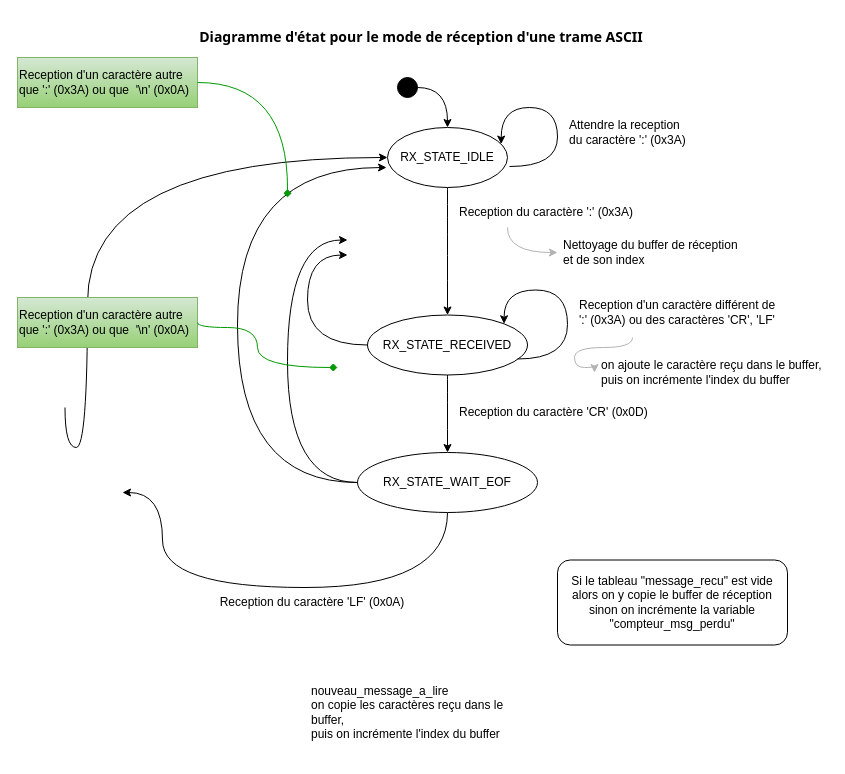
Earlier version of the draw.io diagram graphe_etats.drawio (Artilect-FabTronic/Arduino-Machine-A-Etats). Source tidied: cells renumbered, new cells numbered last; positions are measured from the earlier drawing's top-left corner, leaving out a move shared by most shapes. Both pictures are drawn from the tidied source at 100%, with x=0, y=0 at pixel (17, 17).
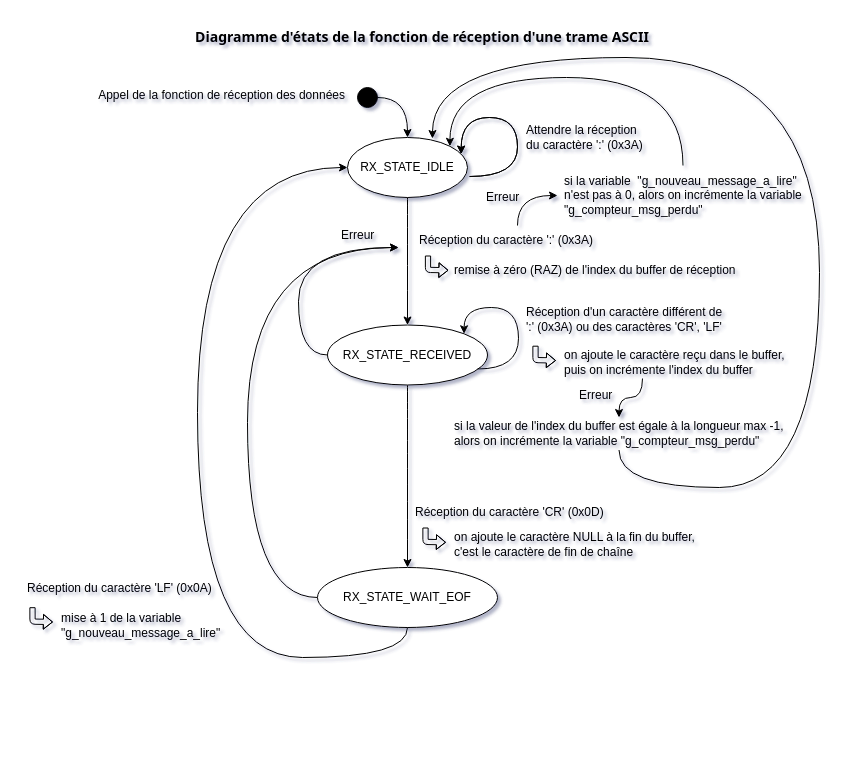
The same page after the edit.

Commit message (it also covers changes not shown here):
Mise a jour avec une version epure de la machine a etats

Change to the diagram source:
```diff
@@
-<mxGraphModel>
+<mxGraphModel shadow="1">
@@
     <mxCell id="3" style="ellipse;whiteSpace=wrap;html=1;fillColor=#000000;" parent="1" vertex="1">
-      <mxGeometry x="380" y="60" width="20" height="20" as="geometry" />
+      <mxGeometry x="340" y="70" width="20" height="20" as="geometry" />
     </mxCell>
@@
     <mxCell id="5" value="RX_STATE_IDLE" style="ellipse;whiteSpace=wrap;html=1;rounded=1;" parent="1" vertex="1">
-      <mxGeometry x="370" y="110" width="120" height="60" as="geometry" />
+      <mxGeometry x="330" y="120" width="120" height="60" as="geometry" />
     </mxCell>
-    <mxCell id="6" style="edgeStyle=orthogonalEdgeStyle;curved=1;rounded=0;jettySize=auto;html=1;exitX=0.25;exitY=0;exitDx=0;exitDy=0;entryX=0;entryY=0.5;entryDx=0;entryDy=0;startArrow=none;startFill=0;" parent="1" edge="1" target="5">
-      <mxGeometry relative="1" as="geometry">
-        <mxPoint x="47.5" y="390" as="sourcePoint" />
-        <Array as="points">
-          <mxPoint x="70" y="430" />
-          <mxPoint x="70" y="140" />
-        </Array>
-      </mxGeometry>
-    </mxCell>
-    <mxCell id="7" style="edgeStyle=orthogonalEdgeStyle;curved=1;rounded=0;jettySize=auto;html=1;startArrow=none;startFill=0;exitX=0.5;exitY=1;exitDx=0;exitDy=0;entryX=0.5;entryY=1;entryDx=0;entryDy=0;" parent="1" edge="1" source="9">
-      <mxGeometry relative="1" as="geometry">
-        <mxPoint x="105" y="475" as="targetPoint" />
-        <Array as="points">
-          <mxPoint x="430" y="570" />
-          <mxPoint x="145" y="570" />
-        </Array>
-      </mxGeometry>
-    </mxCell>
-    <mxCell id="8" style="edgeStyle=orthogonalEdgeStyle;curved=1;rounded=0;jettySize=auto;html=1;exitX=0;exitY=0.5;exitDx=0;exitDy=0;entryX=0;entryY=0.5;entryDx=0;entryDy=0;startArrow=none;startFill=0;" parent="1" edge="1" source="9">
+    <mxCell id="8" style="edgeStyle=orthogonalEdgeStyle;curved=1;rounded=0;jettySize=auto;html=1;exitX=0;exitY=0.5;exitDx=0;exitDy=0;startArrow=none;startFill=0;" parent="1" edge="1" source="9">
       <mxGeometry relative="1" as="geometry">
-        <mxPoint x="330" y="222.5" as="targetPoint" />
+        <mxPoint x="381" y="230" as="targetPoint" />
         <Array as="points">
-          <mxPoint x="270" y="465" />
-          <mxPoint x="270" y="223" />
+          <mxPoint x="230" y="580" />
+          <mxPoint x="230" y="230" />
         </Array>
       </mxGeometry>
     </mxCell>
     <mxCell id="9" value="&lt;span&gt;RX_STATE_WAIT_EOF&lt;br&gt;&lt;/span&gt;" style="ellipse;whiteSpace=wrap;html=1;rounded=1;" parent="1" vertex="1">
-      <mxGeometry x="340" y="435" width="180" height="60" as="geometry" />
+      <mxGeometry x="300" y="550" width="180" height="60" as="geometry" />
     </mxCell>
     <mxCell id="10" style="edgeStyle=orthogonalEdgeStyle;rounded=0;orthogonalLoop=1;jettySize=auto;html=1;exitX=1.017;exitY=0.65;exitDx=0;exitDy=0;entryX=1;entryY=0.25;entryDx=0;entryDy=0;curved=1;exitPerimeter=0;" parent="1" edge="1" source="5" target="5">
       <mxGeometry relative="1" as="geometry">
         <Array as="points">
-          <mxPoint x="540" y="149" />
-          <mxPoint x="540" y="90" />
-          <mxPoint x="484" y="90" />
+          <mxPoint x="500" y="159" />
+          <mxPoint x="500" y="100" />
+          <mxPoint x="444" y="100" />
         </Array>
       </mxGeometry>
     </mxCell>
-    <mxCell id="11" value="Attendre la reception&lt;br&gt;du caractère&amp;nbsp;':' (0x3A)" style="text;html=1;strokeColor=none;fillColor=none;align=left;verticalAlign=middle;whiteSpace=wrap;rounded=0;" parent="1" vertex="1">
-      <mxGeometry x="550" y="90" width="130" height="50" as="geometry" />
+    <mxCell id="11" value="Attendre la réception&lt;br&gt;du caractère&amp;nbsp;':' (0x3A)" style="text;html=1;strokeColor=none;fillColor=none;align=left;verticalAlign=middle;whiteSpace=wrap;rounded=0;" parent="1" vertex="1">
+      <mxGeometry x="507" y="100" width="130" height="40" as="geometry" />
     </mxCell>
-    <mxCell id="12" style="edgeStyle=orthogonalEdgeStyle;curved=1;rounded=0;jettySize=auto;html=1;exitX=0.25;exitY=1;exitDx=0;exitDy=0;entryX=0;entryY=0.5;entryDx=0;entryDy=0;endArrow=classic;endFill=1;fontFamily=Times New Roman;fontColor=#000000;strokeColor=#B3B3B3;" parent="1" edge="1" source="13" target="28">
-      <mxGeometry relative="1" as="geometry" />
-    </mxCell>
-    <mxCell id="13" value="Reception du caractère ':' (0x3A)" style="text;html=1;strokeColor=none;fillColor=none;align=left;verticalAlign=middle;whiteSpace=wrap;rounded=0;" parent="1" vertex="1">
-      <mxGeometry x="440" y="180" width="200" height="30" as="geometry" />
+    <mxCell id="13" value="Réception du caractère ':' (0x3A)" style="text;html=1;strokeColor=none;fillColor=none;align=left;verticalAlign=middle;whiteSpace=wrap;rounded=0;" parent="1" vertex="1">
+      <mxGeometry x="400" y="208" width="200" height="30" as="geometry" />
     </mxCell>
@@
-    <mxCell id="15" style="edgeStyle=orthogonalEdgeStyle;curved=1;rounded=0;jettySize=auto;html=1;exitX=0;exitY=0.5;exitDx=0;exitDy=0;entryX=0;entryY=0.75;entryDx=0;entryDy=0;startArrow=none;startFill=0;" parent="1" edge="1" source="16">
+    <mxCell id="15" style="edgeStyle=orthogonalEdgeStyle;curved=1;rounded=0;jettySize=auto;html=1;exitX=0;exitY=0.5;exitDx=0;exitDy=0;startArrow=none;startFill=0;" parent="1" edge="1" source="16">
       <mxGeometry relative="1" as="geometry">
-        <mxPoint x="330" y="237.5" as="targetPoint" />
+        <mxPoint x="381" y="230" as="targetPoint" />
         <Array as="points">
-          <mxPoint x="290" y="327.5" />
-          <mxPoint x="290" y="237.5" />
+          <mxPoint x="281" y="338" />
+          <mxPoint x="281" y="230" />
+          <mxPoint x="381" y="230" />
         </Array>
       </mxGeometry>
     </mxCell>
     <mxCell id="16" value="&lt;span&gt;RX_STATE_RECEIVED&lt;/span&gt;" style="ellipse;whiteSpace=wrap;html=1;rounded=1;" parent="1" vertex="1">
-      <mxGeometry x="350" y="297.5" width="160" height="60" as="geometry" />
+      <mxGeometry x="310" y="307.5" width="160" height="60" as="geometry" />
     </mxCell>
-    <mxCell id="17" value="Reception d'un caractère différent&amp;nbsp;de&lt;br&gt;':' (0x3A) ou des caractères 'CR', 'LF'" style="text;html=1;strokeColor=none;fillColor=none;align=left;verticalAlign=middle;whiteSpace=wrap;rounded=0;" parent="1" vertex="1">
-      <mxGeometry x="560" y="270" width="220" height="50" as="geometry" />
+    <mxCell id="17" value="Réception d'un caractère différent&amp;nbsp;de&lt;br&gt;':' (0x3A) ou des caractères 'CR', 'LF'" style="text;html=1;strokeColor=none;fillColor=none;align=left;verticalAlign=middle;whiteSpace=wrap;rounded=0;" parent="1" vertex="1">
+      <mxGeometry x="507" y="277" width="220" height="50" as="geometry" />
     </mxCell>
@@
-    <mxCell id="19" value="Reception du caractère 'LF' (0x0A)" style="text;html=1;strokeColor=none;fillColor=none;align=center;verticalAlign=middle;whiteSpace=wrap;rounded=0;" parent="1" vertex="1">
-      <mxGeometry x="180" y="570" width="230" height="30" as="geometry" />
+    <mxCell id="19" value="Réception du caractère 'LF' (0x0A)" style="text;html=1;strokeColor=none;fillColor=none;align=left;verticalAlign=middle;whiteSpace=wrap;rounded=0;" parent="1" vertex="1">
+      <mxGeometry x="8" y="560" width="210" height="22" as="geometry" />
     </mxCell>
-    <mxCell id="20" value="Reception du caractère 'CR' (0x0D)" style="text;html=1;strokeColor=none;fillColor=none;align=left;verticalAlign=middle;whiteSpace=wrap;rounded=0;" parent="1" vertex="1">
-      <mxGeometry x="440" y="380" width="250" height="30" as="geometry" />
+    <mxCell id="20" value="Réception du caractère 'CR' (0x0D)" style="text;html=1;strokeColor=none;fillColor=none;align=left;verticalAlign=middle;whiteSpace=wrap;rounded=0;" parent="1" vertex="1">
+      <mxGeometry x="396" y="480" width="250" height="30" as="geometry" />
     </mxCell>
     <mxCell id="21" style="edgeStyle=orthogonalEdgeStyle;curved=1;rounded=0;orthogonalLoop=1;jettySize=auto;html=1;exitX=0.938;exitY=0.733;exitDx=0;exitDy=0;startArrow=none;startFill=0;entryX=1;entryY=0;entryDx=0;entryDy=0;exitPerimeter=0;" parent="1" edge="1" source="16" target="16">
       <mxGeometry relative="1" as="geometry">
         <Array as="points">
-          <mxPoint x="550" y="341.5" />
-          <mxPoint x="550" y="272.5" />
-          <mxPoint x="487" y="272.5" />
+          <mxPoint x="501" y="351" />
+          <mxPoint x="501" y="290" />
+          <mxPoint x="447" y="290" />
         </Array>
       </mxGeometry>
     </mxCell>
-    <mxCell id="22" value="Diagramme d'état pour le mode de réception d'une trame ASCII" style="text;html=1;strokeColor=none;fillColor=none;align=center;verticalAlign=middle;whiteSpace=wrap;rounded=0;fontSize=14;fontFamily=Tahoma;fontStyle=1;" parent="1" vertex="1">
-      <mxGeometry x="149" width="510" height="40" as="geometry" />
+    <mxCell id="22" value="Diagramme d'états de la fonction de réception d'une trame ASCII" style="text;html=1;strokeColor=none;fillColor=none;align=center;verticalAlign=middle;whiteSpace=wrap;rounded=0;fontSize=14;fontFamily=Tahoma;fontStyle=1;labelBackgroundColor=none;" parent="1" vertex="1">
+      <mxGeometry x="150" width="510" height="40" as="geometry" />
     </mxCell>
-    <mxCell id="23" style="edgeStyle=orthogonalEdgeStyle;curved=1;rounded=0;jettySize=auto;html=1;entryX=-0.008;entryY=0.667;entryDx=0;entryDy=0;startArrow=none;startFill=0;entryPerimeter=0;exitX=0;exitY=0.5;exitDx=0;exitDy=0;" parent="1" edge="1" source="9" target="5">
+    <mxCell id="23" style="edgeStyle=orthogonalEdgeStyle;curved=1;rounded=0;jettySize=auto;html=1;startArrow=none;startFill=0;exitX=0.5;exitY=1;exitDx=0;exitDy=0;entryX=0;entryY=0.5;entryDx=0;entryDy=0;" parent="1" edge="1" source="9" target="5">
       <mxGeometry relative="1" as="geometry">
         <Array as="points">
-          <mxPoint x="220" y="465" />
-          <mxPoint x="220" y="150" />
+          <mxPoint x="390" y="640" />
+          <mxPoint x="180" y="640" />
+          <mxPoint x="180" y="150" />
         </Array>
       </mxGeometry>
     </mxCell>
-    <mxCell id="24" value="Reception d'un caractère autre que ':' (0x3A) ou que&amp;nbsp;&amp;nbsp;'\n' (0x0A)" style="text;html=1;fillColor=#d5e8d4;align=left;verticalAlign=middle;whiteSpace=wrap;rounded=0;strokeColor=#82b366;gradientColor=#97d077;fontColor=#000000;" parent="1" vertex="1">
-      <mxGeometry y="40" width="180" height="50" as="geometry" />
-    </mxCell>
-    <mxCell id="25" style="edgeStyle=orthogonalEdgeStyle;curved=1;rounded=0;jettySize=auto;html=1;fontFamily=Times New Roman;endArrow=diamond;endFill=1;exitX=1;exitY=0.5;exitDx=0;exitDy=0;strokeColor=#009900;" parent="1" edge="1" source="24">
-      <mxGeometry relative="1" as="geometry">
-        <mxPoint x="270" y="180" as="targetPoint" />
-      </mxGeometry>
-    </mxCell>
-    <mxCell id="26" value="Reception d'un caractère autre que ':' (0x3A) ou que&amp;nbsp;&amp;nbsp;'\n' (0x0A)" style="text;html=1;fillColor=#d5e8d4;align=left;verticalAlign=middle;whiteSpace=wrap;rounded=0;strokeColor=#82b366;gradientColor=#97d077;fontColor=#000000;" parent="1" vertex="1">
-      <mxGeometry y="280" width="180" height="50" as="geometry" />
-    </mxCell>
-    <mxCell id="27" style="edgeStyle=orthogonalEdgeStyle;curved=1;rounded=0;jettySize=auto;html=1;fontFamily=Times New Roman;endArrow=diamond;endFill=1;exitX=1;exitY=0.5;exitDx=0;exitDy=0;fontColor=#009900;strokeColor=#009900;" parent="1" edge="1" source="26">
-      <mxGeometry relative="1" as="geometry">
-        <mxPoint x="320" y="350" as="targetPoint" />
-        <Array as="points">
-          <mxPoint x="180" y="310" />
-          <mxPoint x="240" y="310" />
-          <mxPoint x="240" y="350" />
-        </Array>
-      </mxGeometry>
-    </mxCell>
-    <mxCell id="28" value="&lt;div&gt;Nettoyage du buffer de réception&lt;/div&gt;&lt;div&gt;et de son index&lt;/div&gt;" style="text;html=1;strokeColor=none;fillColor=none;align=left;verticalAlign=middle;whiteSpace=wrap;rounded=0;spacingLeft=4;" parent="1" vertex="1">
-      <mxGeometry x="540" y="210" width="240" height="50" as="geometry" />
+    <mxCell id="28" value="&lt;div&gt;&lt;span&gt;remise à zéro (RAZ) de l'index du buffer de réception&lt;/span&gt;&lt;br&gt;&lt;/div&gt;" style="text;html=1;strokeColor=none;fillColor=none;align=left;verticalAlign=middle;whiteSpace=wrap;rounded=0;spacingLeft=4;" parent="1" vertex="1">
+      <mxGeometry x="431" y="240" width="311" height="26" as="geometry" />
     </mxCell>
     <mxCell id="29" value="&lt;div&gt;&lt;span&gt;on ajoute le caractère reçu dans le buffer,&lt;/span&gt;&lt;br&gt;&lt;/div&gt;&lt;div&gt;puis on incrémente l'index du buffer&lt;/div&gt;" style="text;html=1;strokeColor=none;fillColor=none;align=left;verticalAlign=middle;whiteSpace=wrap;rounded=0;spacingLeft=5;" parent="1" vertex="1">
-      <mxGeometry x="577" y="330" width="233" height="50" as="geometry" />
+      <mxGeometry x="540" y="328.5" width="233" height="32.5" as="geometry" />
     </mxCell>
-    <mxCell id="30" style="edgeStyle=orthogonalEdgeStyle;curved=1;rounded=0;jettySize=auto;html=1;exitX=0.25;exitY=1;exitDx=0;exitDy=0;entryX=0;entryY=0.5;entryDx=0;entryDy=0;endArrow=classic;endFill=1;fontFamily=Times New Roman;fontColor=#000000;strokeColor=#B3B3B3;" parent="1" edge="1" source="17" target="29">
-      <mxGeometry relative="1" as="geometry">
-        <Array as="points">
-          <mxPoint x="615" y="330" />
-          <mxPoint x="557" y="330" />
-          <mxPoint x="557" y="350" />
-        </Array>
-      </mxGeometry>
-    </mxCell>
-    <mxCell id="31" value="&lt;div&gt;&lt;span&gt;nouveau_message_a_lire&lt;br&gt;&lt;/span&gt;&lt;/div&gt;&lt;div&gt;&lt;span&gt;on copie les caractères reçu dans le buffer,&lt;/span&gt;&lt;br&gt;&lt;/div&gt;&lt;div&gt;puis on incrémente l'index du buffer&lt;/div&gt;" style="text;html=1;strokeColor=none;fillColor=none;align=left;verticalAlign=middle;whiteSpace=wrap;rounded=0;spacingLeft=5;" parent="1" vertex="1">
-      <mxGeometry x="287" y="650" width="233" height="90" as="geometry" />
-    </mxCell>
-    <mxCell id="32" value="&lt;span&gt;Si le tableau&amp;nbsp;&quot;message_recu&quot;&amp;nbsp;est vide&lt;br&gt;alors on y copie le buffer de réception&lt;br&gt;sinon&amp;nbsp;on incrémente la variable &quot;compteur_msg_perdu&quot;&lt;br&gt;&lt;/span&gt;" style="whiteSpace=wrap;html=1;rounded=1;" parent="1" vertex="1">
-      <mxGeometry x="540" y="542.5" width="230" height="85" as="geometry" />
-    </mxCell>
+    <mxCell id="33" style="shape=flexArrow;endArrow=classic;html=1;width=5.238095238095238;endSize=2.6999999999999997;endWidth=8.458049886621316;" parent="1" edge="1">
+      <mxGeometry relative="1" as="geometry">
+        <mxPoint x="410.5" y="238" as="sourcePoint" />
+        <mxPoint x="431" y="252.8" as="targetPoint" />
+        <Array as="points">
+          <mxPoint x="410.5" y="252.4" />
+        </Array>
+      </mxGeometry>
+    </mxCell>
+    <mxCell id="34" style="shape=flexArrow;endArrow=classic;html=1;width=5.238095238095238;endSize=2.6999999999999997;endWidth=8.458049886621316;" parent="1" edge="1">
+      <mxGeometry relative="1" as="geometry">
+        <mxPoint x="518" y="328.2" as="sourcePoint" />
+        <mxPoint x="538.5" y="343" as="targetPoint" />
+        <Array as="points">
+          <mxPoint x="518" y="342.6" />
+        </Array>
+      </mxGeometry>
+    </mxCell>
+    <mxCell id="35" style="edgeStyle=orthogonalEdgeStyle;curved=1;rounded=0;orthogonalLoop=1;jettySize=auto;html=1;exitX=0.5;exitY=1;exitDx=0;exitDy=0;startArrow=none;startFill=0;" parent="1" edge="1">
+      <mxGeometry relative="1" as="geometry">
+        <mxPoint x="114" y="591.5" as="sourcePoint" />
+        <mxPoint x="114" y="591.5" as="targetPoint" />
+      </mxGeometry>
+    </mxCell>
+    <mxCell id="36" style="shape=flexArrow;endArrow=classic;html=1;width=5.238095238095238;endSize=2.6999999999999997;endWidth=8.458049886621316;" parent="1" edge="1">
+      <mxGeometry relative="1" as="geometry">
+        <mxPoint x="15" y="589.7" as="sourcePoint" />
+        <mxPoint x="35.5" y="604.5" as="targetPoint" />
+        <Array as="points">
+          <mxPoint x="15" y="604.1" />
+        </Array>
+      </mxGeometry>
+    </mxCell>
+    <mxCell id="37" value="&lt;div&gt;&lt;span&gt;mise à 1 de la variable &quot;g_nouveau_message_a_lire&quot;&lt;/span&gt;&lt;br&gt;&lt;/div&gt;" style="text;html=1;strokeColor=none;fillColor=none;align=left;verticalAlign=middle;whiteSpace=wrap;rounded=0;spacingLeft=5;" parent="1" vertex="1">
+      <mxGeometry x="37" y="589" width="181" height="38" as="geometry" />
+    </mxCell>
+    <mxCell id="38" value="&lt;div&gt;&lt;/div&gt;si la variable&amp;nbsp;&amp;nbsp;&quot;g_nouveau_message_a_lire&quot;&lt;div&gt;n'est pas à 0, alors&amp;nbsp;&lt;span&gt;on incrémente la variable &quot;g_compteur_msg_perdu&quot;&lt;/span&gt;&lt;/div&gt;" style="text;html=1;strokeColor=none;fillColor=none;align=left;verticalAlign=middle;whiteSpace=wrap;rounded=0;spacingLeft=5;" parent="1" vertex="1">
+      <mxGeometry x="540" y="148" width="251" height="60" as="geometry" />
+    </mxCell>
+    <mxCell id="39" style="edgeStyle=orthogonalEdgeStyle;curved=1;rounded=0;jettySize=auto;html=1;exitX=0.5;exitY=0;exitDx=0;exitDy=0;startArrow=none;startFill=0;entryX=1;entryY=0;entryDx=0;entryDy=0;" parent="1" edge="1" source="38" target="5">
+      <mxGeometry relative="1" as="geometry">
+        <Array as="points">
+          <mxPoint x="666" y="60" />
+          <mxPoint x="432" y="60" />
+        </Array>
+      </mxGeometry>
+    </mxCell>
+    <mxCell id="40" style="edgeStyle=orthogonalEdgeStyle;rounded=0;orthogonalLoop=1;jettySize=auto;html=1;exitX=1.017;exitY=0.65;exitDx=0;exitDy=0;entryX=1;entryY=0.25;entryDx=0;entryDy=0;curved=1;exitPerimeter=0;" parent="1" edge="1" source="5" target="5">
+      <mxGeometry relative="1" as="geometry">
+        <Array as="points">
+          <mxPoint x="500" y="159" />
+          <mxPoint x="500" y="100" />
+          <mxPoint x="444" y="100" />
+        </Array>
+      </mxGeometry>
+    </mxCell>
+    <mxCell id="41" style="edgeStyle=orthogonalEdgeStyle;rounded=0;jettySize=auto;html=1;exitX=0.5;exitY=0;exitDx=0;exitDy=0;curved=1;entryX=0;entryY=0.5;entryDx=0;entryDy=0;" parent="1" edge="1" source="13" target="38">
+      <mxGeometry relative="1" as="geometry">
+        <Array as="points">
+          <mxPoint x="500" y="178" />
+        </Array>
+      </mxGeometry>
+    </mxCell>
+    <mxCell id="42" value="&lt;div&gt;Appel de la fonction de réception des données&lt;/div&gt;" style="text;html=1;strokeColor=none;fillColor=none;align=right;verticalAlign=middle;whiteSpace=wrap;rounded=0;spacingLeft=5;" parent="1" vertex="1">
+      <mxGeometry x="70" y="68" width="260" height="20" as="geometry" />
+    </mxCell>
+    <mxCell id="43" value="Erreur" style="text;html=1;strokeColor=none;fillColor=none;align=left;verticalAlign=middle;whiteSpace=wrap;rounded=0;" parent="1" vertex="1">
+      <mxGeometry x="467" y="170" width="40" height="20" as="geometry" />
+    </mxCell>
+    <mxCell id="44" value="Erreur" style="text;html=1;strokeColor=none;fillColor=none;align=left;verticalAlign=middle;whiteSpace=wrap;rounded=0;" parent="1" vertex="1">
+      <mxGeometry x="322" y="208" width="40" height="20" as="geometry" />
+    </mxCell>
+    <mxCell id="45" value="si la valeur de l'index du buffer est égale à la longueur max -1, alors on incrémente la variable &quot;g_compteur_msg_perdu&quot;&lt;div&gt;&lt;/div&gt;" style="text;html=1;strokeColor=none;fillColor=none;align=left;verticalAlign=middle;whiteSpace=wrap;rounded=0;spacingLeft=5;" parent="1" vertex="1">
+      <mxGeometry x="430" y="400" width="343" height="32.5" as="geometry" />
+    </mxCell>
+    <mxCell id="46" value="&lt;div&gt;&lt;span&gt;on ajoute le caractère NULL à la fin du buffer,&lt;/span&gt;&lt;/div&gt;&lt;div&gt;&lt;span&gt;c'est le caractère de fin de chaîne&lt;/span&gt;&lt;/div&gt;" style="text;html=1;strokeColor=none;fillColor=none;align=left;verticalAlign=middle;whiteSpace=wrap;rounded=0;spacingLeft=5;" parent="1" vertex="1">
+      <mxGeometry x="430" y="510.3" width="262" height="32.5" as="geometry" />
+    </mxCell>
+    <mxCell id="47" style="shape=flexArrow;endArrow=classic;html=1;width=5.238095238095238;endSize=2.6999999999999997;endWidth=8.458049886621316;" parent="1" edge="1">
+      <mxGeometry relative="1" as="geometry">
+        <mxPoint x="408" y="510" as="sourcePoint" />
+        <mxPoint x="428.5" y="524.8" as="targetPoint" />
+        <Array as="points">
+          <mxPoint x="408" y="524.4" />
+        </Array>
+      </mxGeometry>
+    </mxCell>
+    <mxCell id="48" style="edgeStyle=orthogonalEdgeStyle;rounded=0;jettySize=auto;html=1;curved=1;entryX=0.5;entryY=0;entryDx=0;entryDy=0;" parent="1" edge="1" source="29" target="45">
+      <mxGeometry relative="1" as="geometry">
+        <Array as="points">
+          <mxPoint x="625" y="380" />
+          <mxPoint x="602" y="380" />
+        </Array>
+      </mxGeometry>
+    </mxCell>
+    <mxCell id="49" value="Erreur" style="text;html=1;strokeColor=none;fillColor=none;align=left;verticalAlign=middle;whiteSpace=wrap;rounded=0;" parent="1" vertex="1">
+      <mxGeometry x="560" y="367.5" width="40" height="20" as="geometry" />
+    </mxCell>
+    <mxCell id="50" style="edgeStyle=orthogonalEdgeStyle;curved=1;rounded=0;jettySize=auto;html=1;exitX=0.5;exitY=1;exitDx=0;exitDy=0;startArrow=none;startFill=0;entryX=0.708;entryY=0.017;entryDx=0;entryDy=0;entryPerimeter=0;" parent="1" edge="1" source="45" target="5">
+      <mxGeometry relative="1" as="geometry">
+        <Array as="points">
+          <mxPoint x="602" y="470" />
+          <mxPoint x="802" y="470" />
+          <mxPoint x="802" y="40" />
+          <mxPoint x="415" y="40" />
+        </Array>
+      </mxGeometry>
+    </mxCell>
```
